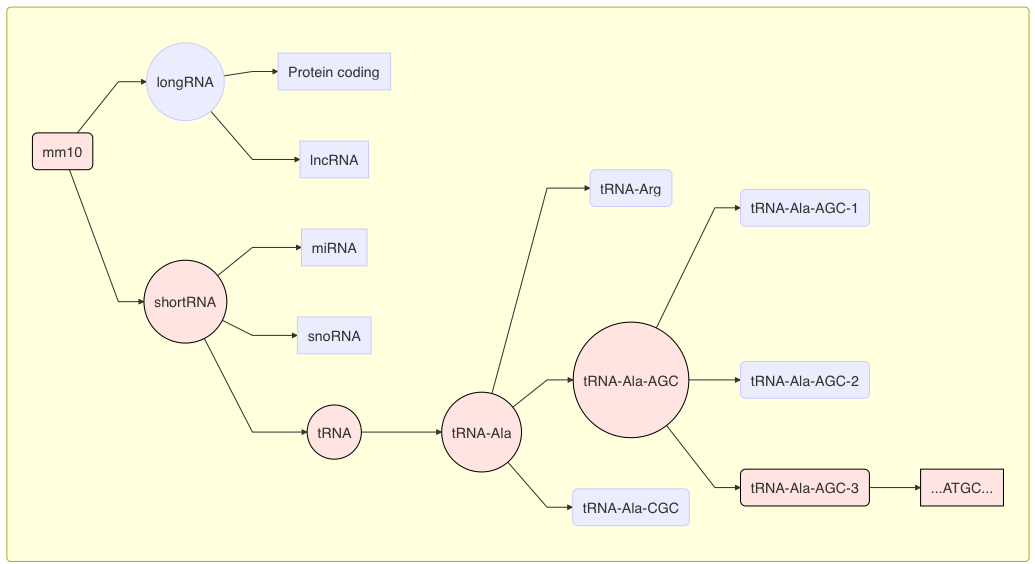
shortRNAhub/shortRNA keeps this Mermaid diagram as references/posterBC2/files/tree.png. Above is the earlier version. Its source is kept beside it as references/posterBC2/tree.mmd.
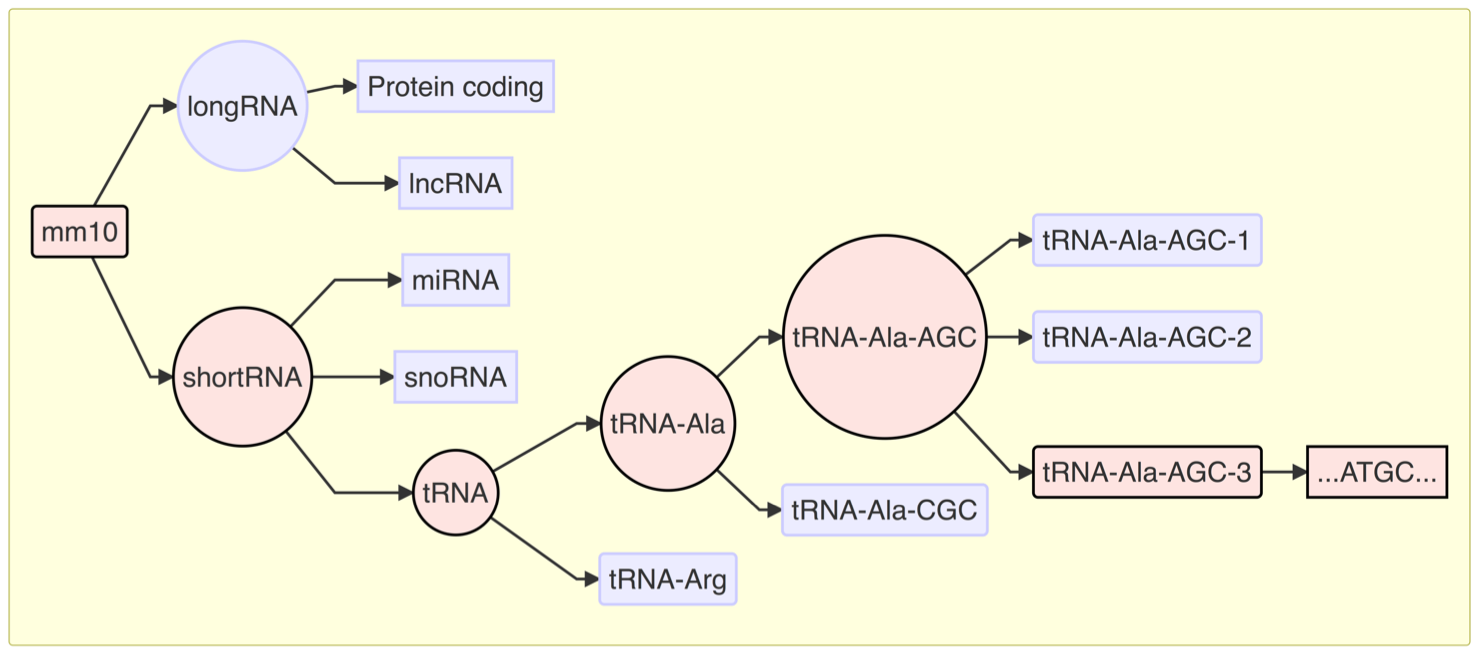
Above is the later version.

What changed in the source:
```diff
@@ -9,7 +9,7 @@
 sRNA-->snoRNA[snoRNA]
 sRNA-->tRNA((tRNA))
 tRNA-->t1((tRNA-Ala))
-t1-->t2_1(tRNA-Arg)
+tRNA-->t1_2(tRNA-Arg)
 t1-->t2((tRNA-Ala-AGC))
 t1-->t3(tRNA-Ala-CGC)
 t2-->t4(tRNA-Ala-AGC-1)
```
